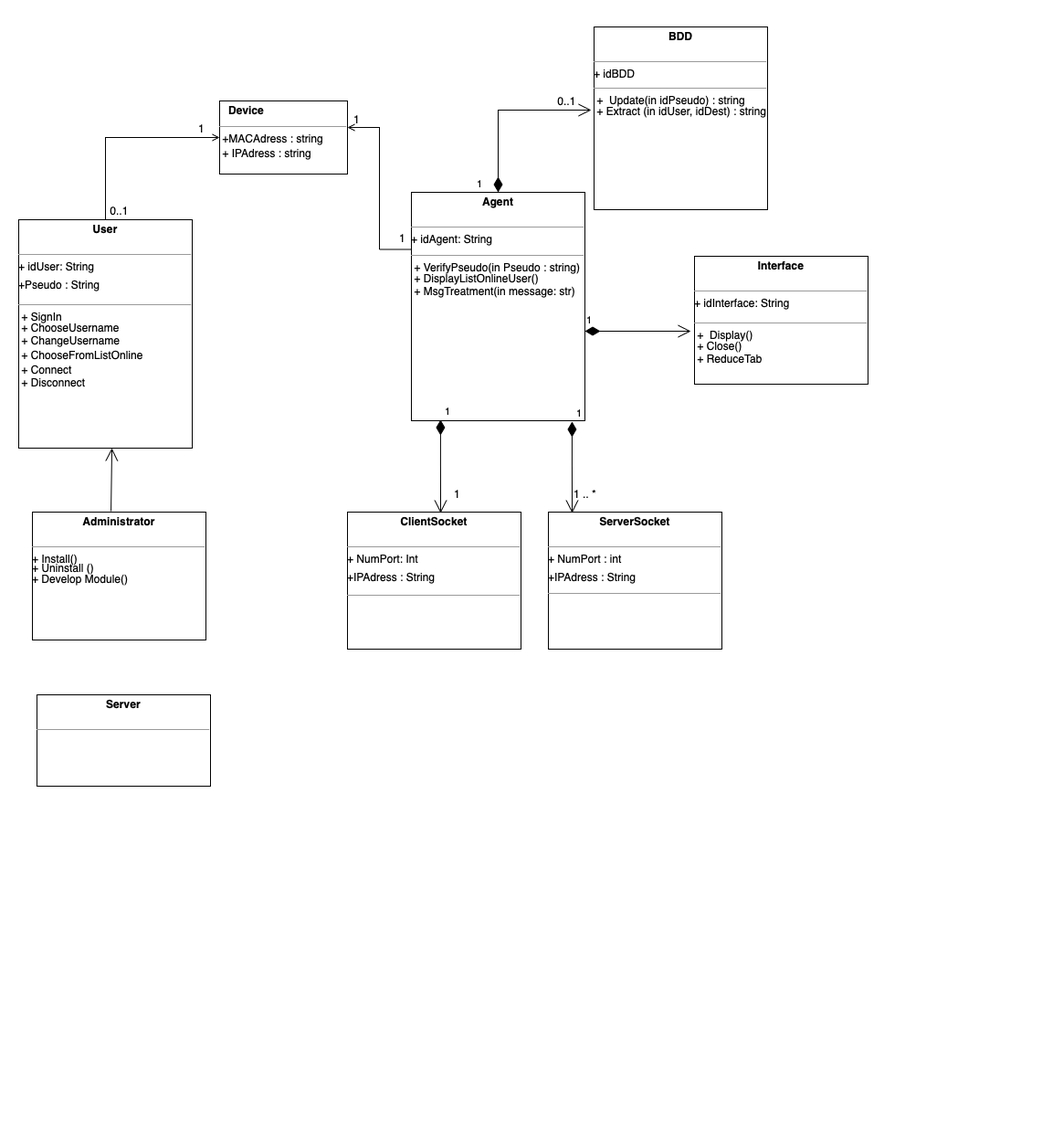
Before: Conception Diagrams/Class Diagram/ClassDiagram.png, a diagram exported from draw.io (sfarhat5/COO-POO-Project-ChatSystem). Source tidied: cells renumbered, new cells last; positions are measured from the earlier drawing's top-left corner, leaving out a move shared by most shapes.
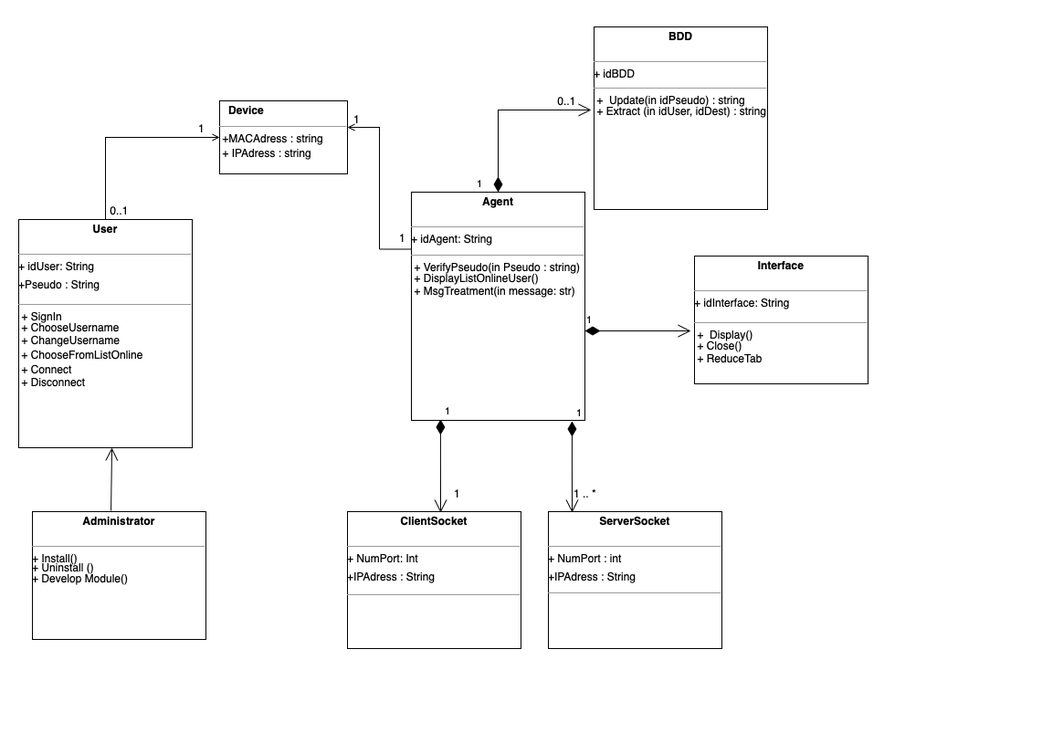
Above is the later version.

Commit message:
ClassDiagram updated but not final version

The edit, as a diff of the source:
```diff
@@ -26,9 +26,6 @@
     <mxCell id="9" value="&lt;p style=&quot;margin: 0px ; margin-top: 4px ; text-align: center&quot;&gt;&lt;b&gt;ServerSocket&lt;/b&gt;&lt;/p&gt;&lt;br&gt;&lt;hr size=&quot;1&quot;&gt;&lt;div style=&quot;height: 2px&quot;&gt;+ NumPort : int&lt;/div&gt;&lt;div style=&quot;height: 2px&quot;&gt;&lt;br&gt;&lt;/div&gt;&lt;div style=&quot;height: 2px&quot;&gt;&lt;br&gt;&lt;/div&gt;&lt;div style=&quot;height: 2px&quot;&gt;&lt;br&gt;&lt;/div&gt;&lt;div style=&quot;height: 2px&quot;&gt;&lt;br&gt;&lt;/div&gt;&lt;div style=&quot;height: 2px&quot;&gt;&lt;br&gt;&lt;/div&gt;&lt;div style=&quot;height: 2px&quot;&gt;&lt;br&gt;&lt;/div&gt;&lt;div style=&quot;height: 2px&quot;&gt;&lt;br&gt;&lt;/div&gt;&lt;div style=&quot;height: 2px&quot;&gt;&lt;br&gt;&lt;/div&gt;&lt;div style=&quot;height: 2px&quot;&gt;&lt;br&gt;&lt;/div&gt;&lt;div style=&quot;height: 2px&quot;&gt;+IPAdress : String&lt;br&gt;&lt;/div&gt;&lt;div style=&quot;height: 2px&quot;&gt;&lt;br&gt;&lt;/div&gt;&lt;div style=&quot;height: 2px&quot;&gt;&lt;br&gt;&lt;/div&gt;&lt;div style=&quot;height: 2px&quot;&gt;&lt;br&gt;&lt;/div&gt;&lt;div style=&quot;height: 2px&quot;&gt;&lt;br&gt;&lt;/div&gt;&lt;div style=&quot;height: 2px&quot;&gt;&lt;br&gt;&lt;/div&gt;&lt;div style=&quot;height: 2px&quot;&gt;&lt;br&gt;&lt;/div&gt;&lt;div style=&quot;height: 2px&quot;&gt;&lt;br&gt;&lt;/div&gt;&lt;div style=&quot;height: 2px&quot;&gt;&lt;br&gt;&lt;/div&gt;&lt;hr size=&quot;1&quot;&gt;&lt;div style=&quot;height: 2px&quot;&gt;&amp;nbsp;&lt;/div&gt;&lt;div style=&quot;height: 2px&quot;&gt;&lt;br&gt;&lt;/div&gt;&lt;div style=&quot;height: 2px&quot;&gt;&lt;br&gt;&lt;/div&gt;&lt;div style=&quot;height: 2px&quot;&gt;&lt;br&gt;&lt;/div&gt;&lt;div style=&quot;height: 2px&quot;&gt;&lt;br&gt;&lt;/div&gt;&lt;div style=&quot;height: 2px&quot;&gt;&lt;br&gt;&lt;/div&gt;&lt;div style=&quot;height: 2px&quot;&gt;&lt;br&gt;&lt;/div&gt;" style="verticalAlign=top;align=left;overflow=fill;fontSize=12;fontFamily=Helvetica;html=1;" parent="1" vertex="1">
       <mxGeometry x="580" y="531" width="190" height="150" as="geometry" />
     </mxCell>
-    <mxCell id="10" value="&lt;p style=&quot;margin: 0px ; margin-top: 4px ; text-align: center&quot;&gt;&lt;b&gt;Server&lt;/b&gt;&lt;/p&gt;&lt;br&gt;&lt;hr size=&quot;1&quot;&gt;&lt;div style=&quot;height: 2px&quot;&gt;&lt;br&gt;&lt;/div&gt;&lt;div style=&quot;height: 2px&quot;&gt;&lt;br&gt;&lt;/div&gt;&lt;div style=&quot;height: 2px&quot;&gt;&lt;br&gt;&lt;/div&gt;&lt;div style=&quot;height: 2px&quot;&gt;&lt;br&gt;&lt;/div&gt;&lt;div style=&quot;height: 2px&quot;&gt;&lt;br&gt;&lt;/div&gt;&lt;div style=&quot;height: 2px&quot;&gt;&lt;br&gt;&lt;/div&gt;&lt;div style=&quot;height: 2px&quot;&gt;&lt;br&gt;&lt;/div&gt;" style="verticalAlign=top;align=left;overflow=fill;fontSize=12;fontFamily=Helvetica;html=1;" parent="1" vertex="1">
-      <mxGeometry x="20" y="731" width="190" height="100" as="geometry" />
-    </mxCell>
     <mxCell id="11" value="&lt;p style=&quot;margin: 0px ; margin-top: 4px ; text-align: center&quot;&gt;&lt;b&gt;ClientSocket&lt;/b&gt;&lt;/p&gt;&lt;br&gt;&lt;hr size=&quot;1&quot;&gt;&lt;div style=&quot;height: 2px&quot;&gt;+ NumPort: Int&lt;/div&gt;&lt;div style=&quot;height: 2px&quot;&gt;&lt;br&gt;&lt;/div&gt;&lt;div style=&quot;height: 2px&quot;&gt;&lt;br&gt;&lt;/div&gt;&lt;div style=&quot;height: 2px&quot;&gt;&lt;br&gt;&lt;/div&gt;&lt;div style=&quot;height: 2px&quot;&gt;&lt;br&gt;&lt;/div&gt;&lt;div style=&quot;height: 2px&quot;&gt;&lt;br&gt;&lt;/div&gt;&lt;div style=&quot;height: 2px&quot;&gt;&lt;br&gt;&lt;/div&gt;&lt;div style=&quot;height: 2px&quot;&gt;&lt;br&gt;&lt;/div&gt;&lt;div style=&quot;height: 2px&quot;&gt;&lt;br&gt;&lt;/div&gt;&lt;div style=&quot;height: 2px&quot;&gt;&lt;br&gt;&lt;/div&gt;&lt;div style=&quot;height: 2px&quot;&gt;+IPAdress : String&lt;/div&gt;&lt;div style=&quot;height: 2px&quot;&gt;&lt;br&gt;&lt;/div&gt;&lt;div style=&quot;height: 2px&quot;&gt;&lt;br&gt;&lt;/div&gt;&lt;div style=&quot;height: 2px&quot;&gt;&lt;br&gt;&lt;/div&gt;&lt;div style=&quot;height: 2px&quot;&gt;&lt;br&gt;&lt;/div&gt;&lt;div style=&quot;height: 2px&quot;&gt;&lt;br&gt;&lt;/div&gt;&lt;div style=&quot;height: 2px&quot;&gt;&lt;br&gt;&lt;/div&gt;&lt;div style=&quot;height: 2px&quot;&gt;&lt;br&gt;&lt;/div&gt;&lt;div style=&quot;height: 2px&quot;&gt;&lt;br&gt;&lt;/div&gt;&lt;div style=&quot;height: 2px&quot;&gt;&lt;br&gt;&lt;/div&gt;&lt;hr size=&quot;1&quot;&gt;&lt;div style=&quot;height: 2px&quot;&gt;&amp;nbsp;&lt;/div&gt;&lt;div style=&quot;height: 2px&quot;&gt;&lt;br&gt;&lt;/div&gt;&lt;div style=&quot;height: 2px&quot;&gt;&lt;br&gt;&lt;/div&gt;&lt;div style=&quot;height: 2px&quot;&gt;&lt;br&gt;&lt;/div&gt;&lt;div style=&quot;height: 2px&quot;&gt;&lt;br&gt;&lt;/div&gt;&lt;div style=&quot;height: 2px&quot;&gt;&lt;br&gt;&lt;/div&gt;&lt;div style=&quot;height: 2px&quot;&gt;&lt;br&gt;&lt;/div&gt;" style="verticalAlign=top;align=left;overflow=fill;fontSize=12;fontFamily=Helvetica;html=1;" parent="1" vertex="1">
       <mxGeometry x="360" y="531" width="190" height="150" as="geometry" />
     </mxCell>
```
